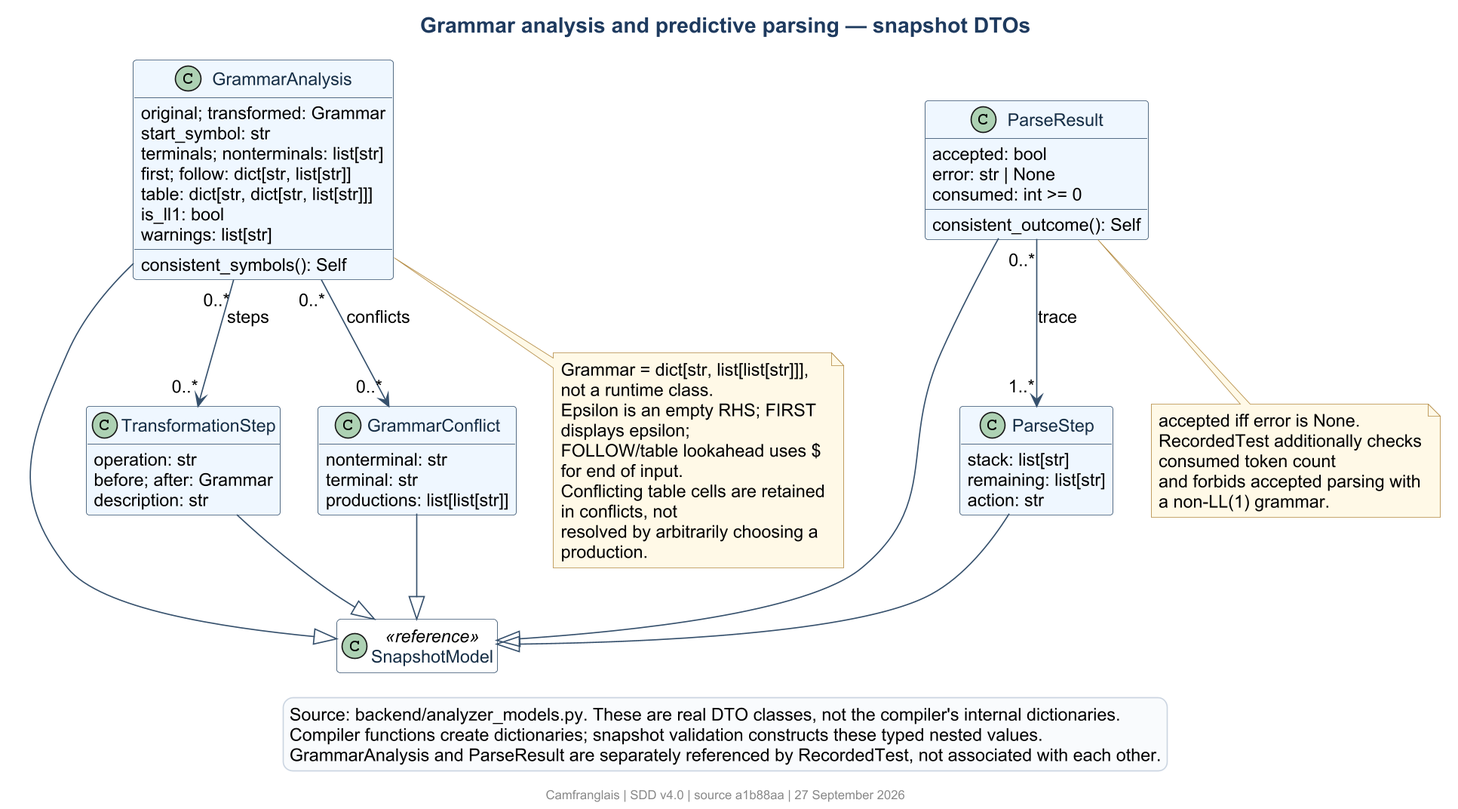
Before: docs/diagrams/class-grammar-results.png, a diagram exported from PlantUML (Suraku237/francanglaiscompiler). The source it was exported from:
```plantuml
@startuml
!include theme.iuml
title Grammar analysis and predictive parsing — snapshot DTOs
hide empty members
class SnapshotModel <<reference>>
class GrammarAnalysis {
  original; transformed: Grammar
  start_symbol: str
  terminals; nonterminals: list[str]
  first; follow: dict[str, list[str]]
  table: dict[str, dict[str, list[str]]]
  is_ll1: bool
  warnings: list[str]
  consistent_symbols(): Self
}
class TransformationStep {
  operation: str
  before; after: Grammar
  description: str
}
class GrammarConflict {
  nonterminal: str
  terminal: str
  productions: list[list[str]]
}
class ParseResult {
  accepted: bool
  error: str | None
  consumed: int >= 0
  consistent_outcome(): Self
}
class ParseStep {
  stack: list[str]
  remaining: list[str]
  action: str
}
GrammarAnalysis --|> SnapshotModel
TransformationStep --|> SnapshotModel
GrammarConflict --|> SnapshotModel
ParseResult --|> SnapshotModel
ParseStep --|> SnapshotModel
GrammarAnalysis "0..*" --> "0..*" TransformationStep : steps
GrammarAnalysis "0..*" --> "0..*" GrammarConflict : conflicts
ParseResult "0..*" --> "1..*" ParseStep : trace
note bottom of GrammarAnalysis
  Grammar = dict[str, list[list[str]]], not a runtime class.
  Epsilon is an empty RHS; FIRST displays epsilon;
  FOLLOW/table lookahead uses $ for end of input.
  Conflicting table cells are retained in conflicts, not
  resolved by arbitrarily choosing a production.
end note
note bottom of ParseResult
  accepted iff error is None.
  RecordedTest additionally checks consumed token count
  and forbids accepted parsing with a non-LL(1) grammar.
end note
legend bottom
  Source: backend/analyzer_models.py. These are real DTO classes, not the compiler's internal dictionaries.
  Compiler functions create dictionaries; snapshot validation constructs these typed nested values.
  GrammarAnalysis and ParseResult are separately referenced by RecordedTest, not associated with each other.
endlegend
@enduml
```
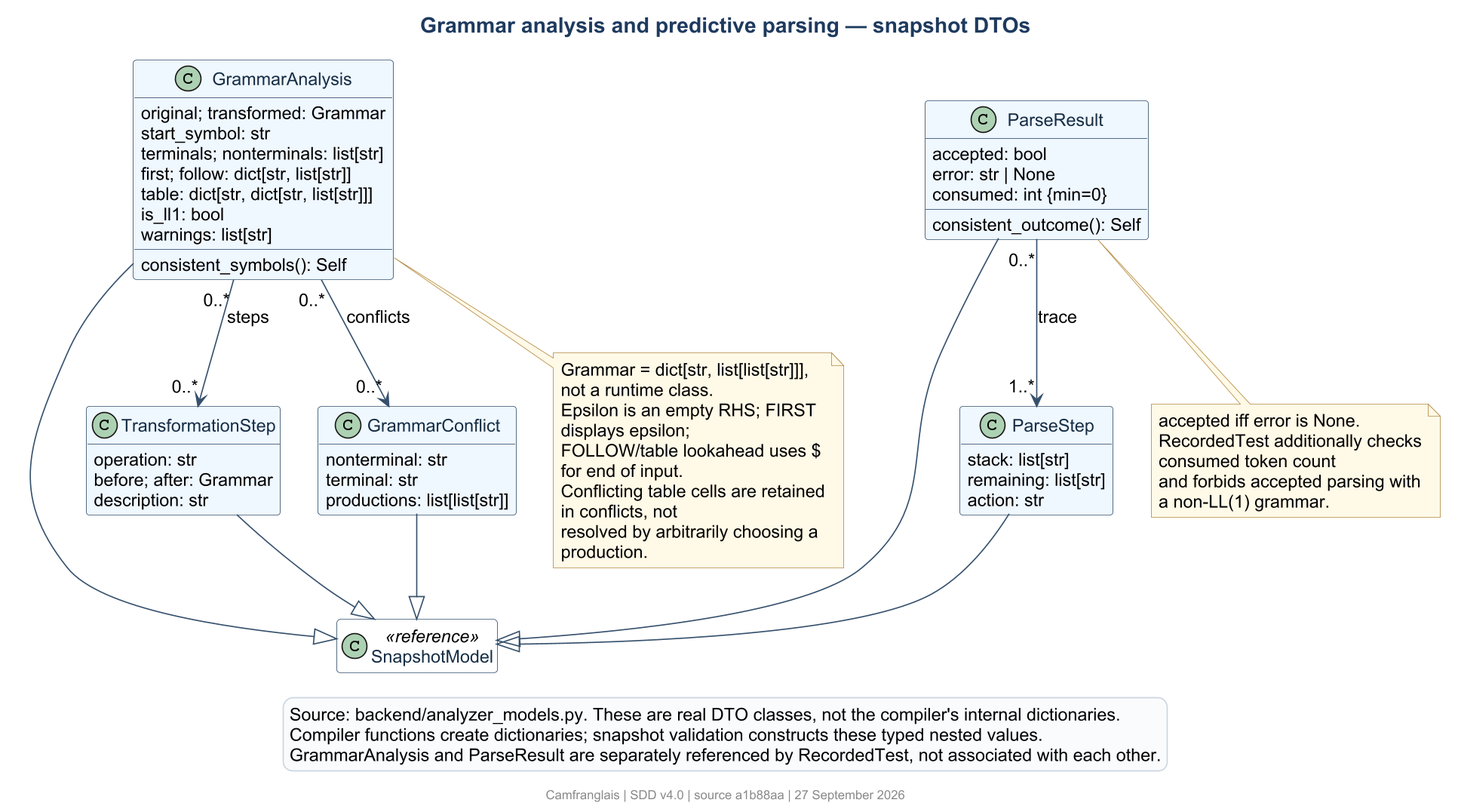
Later version of the same file.

What changed in the source:
```diff
@@ -26,7 +26,7 @@
 class ParseResult {
   accepted: bool
   error: str | None
-  consumed: int >= 0
+  consumed: int {min=0}
   consistent_outcome(): Self
 }
 class ParseStep {
```
